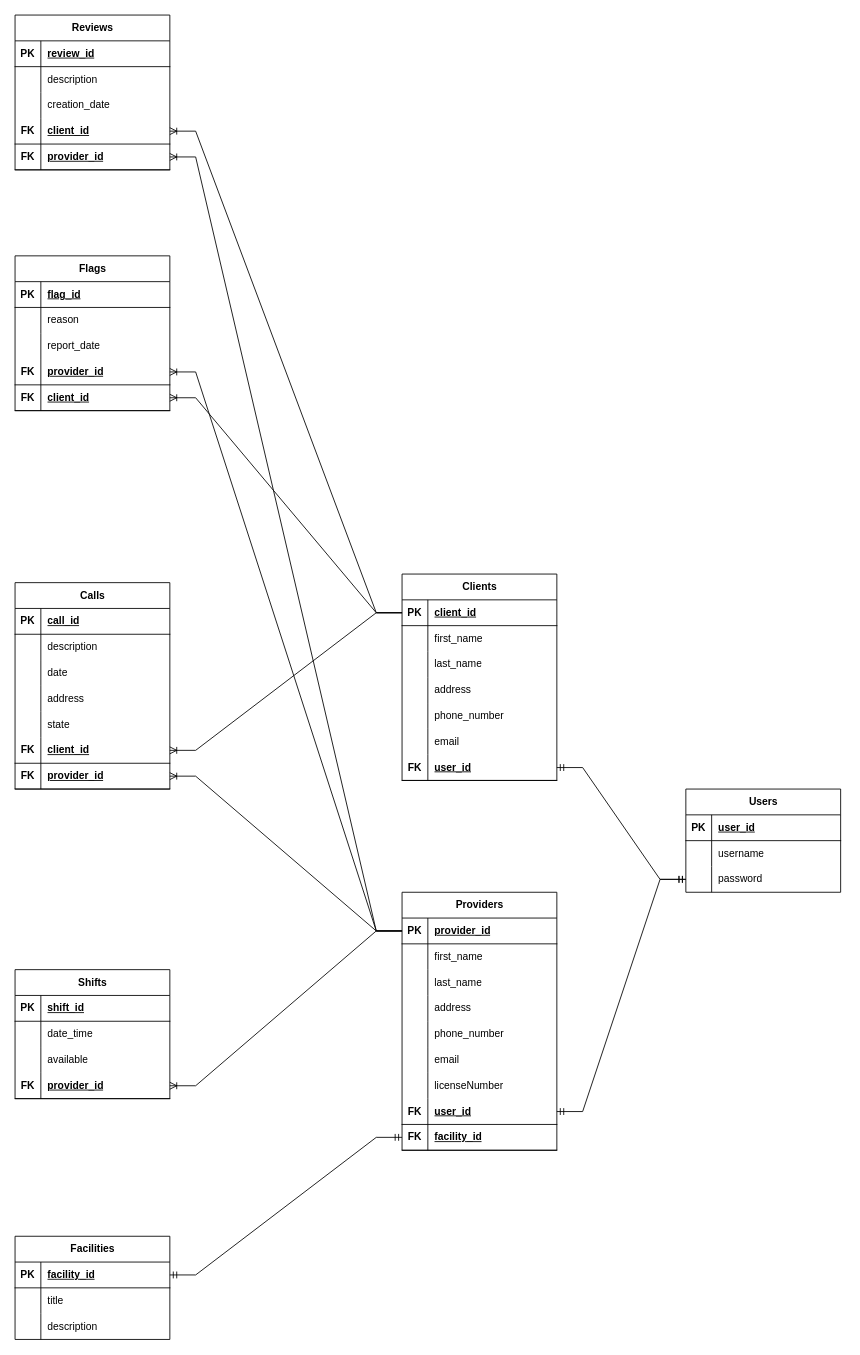
Earlier version of the draw.io diagram src/main/resources/static/DER v1.0.1.drawio (lopezenzoa/domestic-services-api). Source tidied: cells renumbered, new cells numbered last; positions are measured from the earlier drawing's top-left corner, leaving out a move shared by most shapes. Both pictures are drawn from the tidied source at 86%, with x=0, y=0 at pixel (-123, 15).
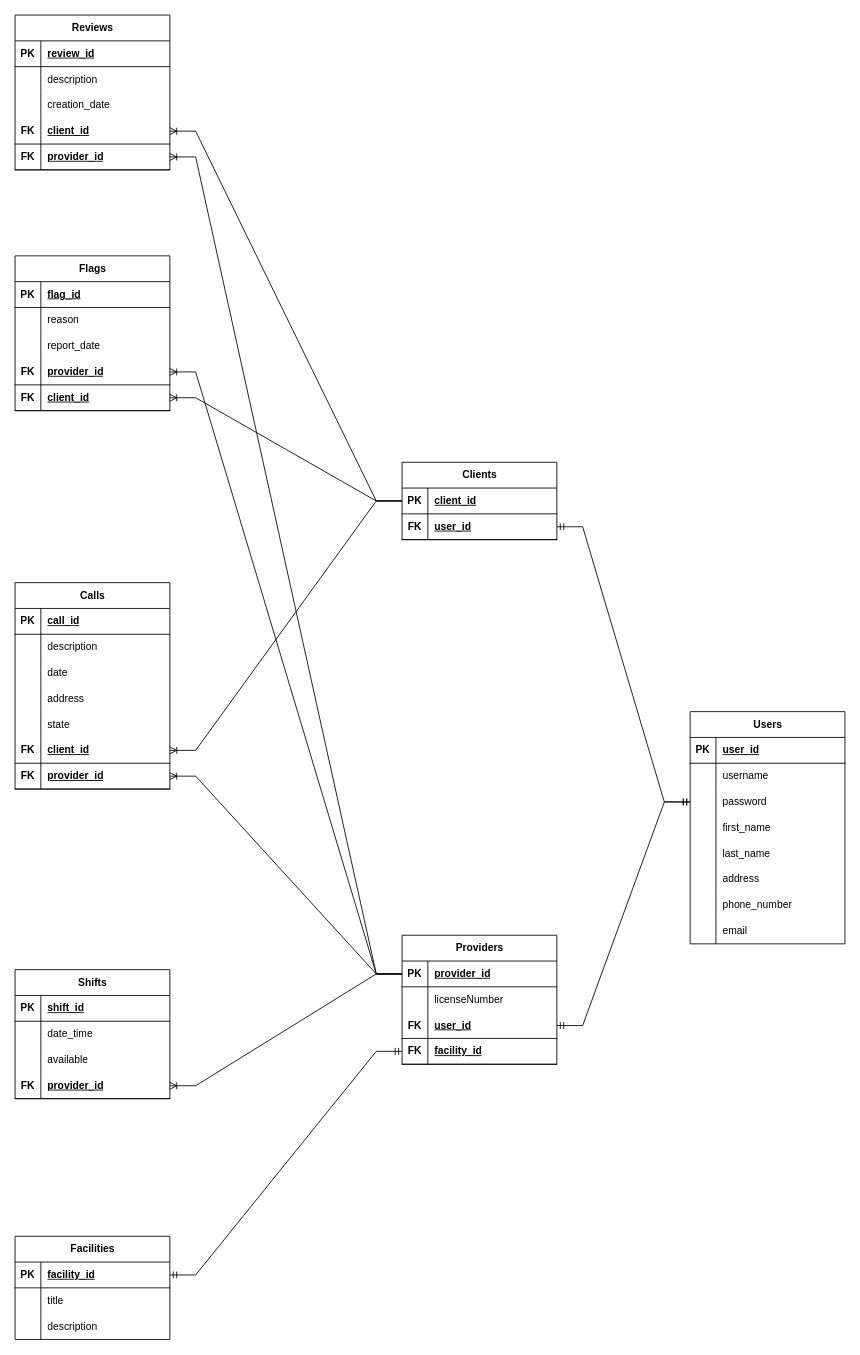
The same page after the edit.

Diff of the diagram source:
```diff
@@
     <mxCell id="2" value="Users" style="shape=table;startSize=30;childLayout=tableLayout;rowLines=0;fontStyle=1;align=center;html=1;" parent="1" vertex="1">
-      <mxGeometry x="940" y="900" width="180" height="120" as="geometry" />
+      <mxGeometry x="945" y="810" width="180" height="270" as="geometry" />
     </mxCell>
@@
+    <mxCell id="149" style="shape=tableRow;horizontal=0;startSize=0;swimlaneHead=0;swimlaneBody=0;fillColor=none;top=0;left=0;right=0;bottom=0;" parent="2" vertex="1">
+      <mxGeometry y="120" width="180" height="30" as="geometry" />
+    </mxCell>
+    <mxCell id="150" style="shape=partialRectangle;fillColor=none;top=0;left=0;bottom=0;right=0;overflow=hidden;whiteSpace=wrap;html=1;" parent="149" vertex="1">
+      <mxGeometry width="30" height="30" as="geometry" />
+    </mxCell>
+    <mxCell id="151" value="&lt;div&gt;first_name&lt;/div&gt;" style="shape=partialRectangle;fillColor=none;top=0;left=0;bottom=0;right=0;align=left;spacingLeft=6;overflow=hidden;whiteSpace=wrap;html=1;" parent="149" vertex="1">
+      <mxGeometry x="30" width="150" height="30" as="geometry" />
+    </mxCell>
+    <mxCell id="152" style="shape=tableRow;horizontal=0;startSize=0;swimlaneHead=0;swimlaneBody=0;fillColor=none;top=0;left=0;right=0;bottom=0;" parent="2" vertex="1">
+      <mxGeometry y="150" width="180" height="30" as="geometry" />
+    </mxCell>
+    <mxCell id="153" style="shape=partialRectangle;fillColor=none;top=0;left=0;bottom=0;right=0;overflow=hidden;whiteSpace=wrap;html=1;" parent="152" vertex="1">
+      <mxGeometry width="30" height="30" as="geometry" />
+    </mxCell>
+    <mxCell id="154" value="last_name" style="shape=partialRectangle;fillColor=none;top=0;left=0;bottom=0;right=0;align=left;spacingLeft=6;overflow=hidden;whiteSpace=wrap;html=1;" parent="152" vertex="1">
+      <mxGeometry x="30" width="150" height="30" as="geometry" />
+    </mxCell>
+    <mxCell id="155" style="shape=tableRow;horizontal=0;startSize=0;swimlaneHead=0;swimlaneBody=0;fillColor=none;top=0;left=0;right=0;bottom=0;" parent="2" vertex="1">
+      <mxGeometry y="180" width="180" height="30" as="geometry" />
+    </mxCell>
+    <mxCell id="156" style="shape=partialRectangle;fillColor=none;top=0;left=0;bottom=0;right=0;overflow=hidden;whiteSpace=wrap;html=1;" parent="155" vertex="1">
+      <mxGeometry width="30" height="30" as="geometry" />
+    </mxCell>
+    <mxCell id="157" value="address" style="shape=partialRectangle;fillColor=none;top=0;left=0;bottom=0;right=0;align=left;spacingLeft=6;overflow=hidden;whiteSpace=wrap;html=1;" parent="155" vertex="1">
+      <mxGeometry x="30" width="150" height="30" as="geometry" />
+    </mxCell>
+    <mxCell id="158" style="shape=tableRow;horizontal=0;startSize=0;swimlaneHead=0;swimlaneBody=0;fillColor=none;top=0;left=0;right=0;bottom=0;" parent="2" vertex="1">
+      <mxGeometry y="210" width="180" height="30" as="geometry" />
+    </mxCell>
+    <mxCell id="159" style="shape=partialRectangle;fillColor=none;top=0;left=0;bottom=0;right=0;overflow=hidden;whiteSpace=wrap;html=1;" parent="158" vertex="1">
+      <mxGeometry width="30" height="30" as="geometry" />
+    </mxCell>
+    <mxCell id="160" value="phone_number" style="shape=partialRectangle;fillColor=none;top=0;left=0;bottom=0;right=0;align=left;spacingLeft=6;overflow=hidden;whiteSpace=wrap;html=1;" parent="158" vertex="1">
+      <mxGeometry x="30" width="150" height="30" as="geometry" />
+    </mxCell>
+    <mxCell id="161" style="shape=tableRow;horizontal=0;startSize=0;swimlaneHead=0;swimlaneBody=0;fillColor=none;top=0;left=0;right=0;bottom=0;" parent="2" vertex="1">
+      <mxGeometry y="240" width="180" height="30" as="geometry" />
+    </mxCell>
+    <mxCell id="162" style="shape=partialRectangle;fillColor=none;top=0;left=0;bottom=0;right=0;overflow=hidden;whiteSpace=wrap;html=1;" parent="161" vertex="1">
+      <mxGeometry width="30" height="30" as="geometry" />
+    </mxCell>
+    <mxCell id="163" value="email" style="shape=partialRectangle;fillColor=none;top=0;left=0;bottom=0;right=0;align=left;spacingLeft=6;overflow=hidden;whiteSpace=wrap;html=1;" parent="161" vertex="1">
+      <mxGeometry x="30" width="150" height="30" as="geometry" />
+    </mxCell>
     <mxCell id="12" value="Clients" style="shape=table;startSize=30;childLayout=tableLayout;rowLines=0;fontStyle=1;align=center;html=1;" parent="1" vertex="1">
-      <mxGeometry x="610" y="650" width="180" height="240" as="geometry" />
+      <mxGeometry x="610" y="520" width="180" height="90" as="geometry" />
     </mxCell>
@@
-    <mxCell id="16" style="shape=tableRow;horizontal=0;startSize=0;swimlaneHead=0;swimlaneBody=0;fillColor=none;top=0;left=0;right=0;bottom=0;" parent="12" vertex="1">
-      <mxGeometry y="60" width="180" height="30" as="geometry" />
-    </mxCell>
-    <mxCell id="17" style="shape=partialRectangle;fillColor=none;top=0;left=0;bottom=0;right=0;overflow=hidden;whiteSpace=wrap;html=1;" parent="16" vertex="1">
-      <mxGeometry width="30" height="30" as="geometry" />
-    </mxCell>
-    <mxCell id="18" value="first_name" style="shape=partialRectangle;fillColor=none;top=0;left=0;bottom=0;right=0;align=left;spacingLeft=6;overflow=hidden;whiteSpace=wrap;html=1;" parent="16" vertex="1">
-      <mxGeometry x="30" width="150" height="30" as="geometry" />
-    </mxCell>
-    <mxCell id="19" style="shape=tableRow;horizontal=0;startSize=0;swimlaneHead=0;swimlaneBody=0;fillColor=none;top=0;left=0;right=0;bottom=0;" parent="12" vertex="1">
-      <mxGeometry y="90" width="180" height="30" as="geometry" />
-    </mxCell>
-    <mxCell id="20" style="shape=partialRectangle;fillColor=none;top=0;left=0;bottom=0;right=0;overflow=hidden;whiteSpace=wrap;html=1;" parent="19" vertex="1">
-      <mxGeometry width="30" height="30" as="geometry" />
-    </mxCell>
-    <mxCell id="21" value="last_name" style="shape=partialRectangle;fillColor=none;top=0;left=0;bottom=0;right=0;align=left;spacingLeft=6;overflow=hidden;whiteSpace=wrap;html=1;" parent="19" vertex="1">
-      <mxGeometry x="30" width="150" height="30" as="geometry" />
-    </mxCell>
-    <mxCell id="22" style="shape=tableRow;horizontal=0;startSize=0;swimlaneHead=0;swimlaneBody=0;fillColor=none;top=0;left=0;right=0;bottom=0;" parent="12" vertex="1">
-      <mxGeometry y="120" width="180" height="30" as="geometry" />
-    </mxCell>
-    <mxCell id="23" style="shape=partialRectangle;fillColor=none;top=0;left=0;bottom=0;right=0;overflow=hidden;whiteSpace=wrap;html=1;" parent="22" vertex="1">
-      <mxGeometry width="30" height="30" as="geometry" />
-    </mxCell>
-    <mxCell id="24" value="address" style="shape=partialRectangle;fillColor=none;top=0;left=0;bottom=0;right=0;align=left;spacingLeft=6;overflow=hidden;whiteSpace=wrap;html=1;" parent="22" vertex="1">
-      <mxGeometry x="30" width="150" height="30" as="geometry" />
-    </mxCell>
-    <mxCell id="25" style="shape=tableRow;horizontal=0;startSize=0;swimlaneHead=0;swimlaneBody=0;fillColor=none;top=0;left=0;right=0;bottom=0;" parent="12" vertex="1">
-      <mxGeometry y="150" width="180" height="30" as="geometry" />
-    </mxCell>
-    <mxCell id="26" style="shape=partialRectangle;fillColor=none;top=0;left=0;bottom=0;right=0;overflow=hidden;whiteSpace=wrap;html=1;" parent="25" vertex="1">
-      <mxGeometry width="30" height="30" as="geometry" />
-    </mxCell>
-    <mxCell id="27" value="phone_number" style="shape=partialRectangle;fillColor=none;top=0;left=0;bottom=0;right=0;align=left;spacingLeft=6;overflow=hidden;whiteSpace=wrap;html=1;" parent="25" vertex="1">
-      <mxGeometry x="30" width="150" height="30" as="geometry" />
-    </mxCell>
-    <mxCell id="28" style="shape=tableRow;horizontal=0;startSize=0;swimlaneHead=0;swimlaneBody=0;fillColor=none;top=0;left=0;right=0;bottom=0;" parent="12" vertex="1">
-      <mxGeometry y="180" width="180" height="30" as="geometry" />
-    </mxCell>
-    <mxCell id="29" style="shape=partialRectangle;fillColor=none;top=0;left=0;bottom=0;right=0;overflow=hidden;whiteSpace=wrap;html=1;" parent="28" vertex="1">
-      <mxGeometry width="30" height="30" as="geometry" />
-    </mxCell>
-    <mxCell id="30" value="email" style="shape=partialRectangle;fillColor=none;top=0;left=0;bottom=0;right=0;align=left;spacingLeft=6;overflow=hidden;whiteSpace=wrap;html=1;" parent="28" vertex="1">
-      <mxGeometry x="30" width="150" height="30" as="geometry" />
-    </mxCell>
     <mxCell id="31" style="shape=tableRow;horizontal=0;startSize=0;swimlaneHead=0;swimlaneBody=0;fillColor=none;points=[[0,0.5],[1,0.5]];portConstraint=eastwest;top=0;left=0;right=0;bottom=1;" parent="12" vertex="1">
-      <mxGeometry y="210" width="180" height="30" as="geometry" />
+      <mxGeometry y="60" width="180" height="30" as="geometry" />
     </mxCell>
@@
     <mxCell id="35" value="Providers" style="shape=table;startSize=30;childLayout=tableLayout;rowLines=0;fontStyle=1;align=center;html=1;" parent="1" vertex="1">
-      <mxGeometry x="610" y="1020" width="180" height="300" as="geometry" />
+      <mxGeometry x="610" y="1070" width="180" height="150" as="geometry" />
     </mxCell>
@@
-    <mxCell id="39" style="shape=tableRow;horizontal=0;startSize=0;swimlaneHead=0;swimlaneBody=0;fillColor=none;top=0;left=0;right=0;bottom=0;" parent="35" vertex="1">
-      <mxGeometry y="60" width="180" height="30" as="geometry" />
-    </mxCell>
-    <mxCell id="40" style="shape=partialRectangle;fillColor=none;top=0;left=0;bottom=0;right=0;overflow=hidden;whiteSpace=wrap;html=1;" parent="39" vertex="1">
-      <mxGeometry width="30" height="30" as="geometry" />
-    </mxCell>
-    <mxCell id="41" value="first_name" style="shape=partialRectangle;fillColor=none;top=0;left=0;bottom=0;right=0;align=left;spacingLeft=6;overflow=hidden;whiteSpace=wrap;html=1;" parent="39" vertex="1">
-      <mxGeometry x="30" width="150" height="30" as="geometry" />
-    </mxCell>
-    <mxCell id="42" style="shape=tableRow;horizontal=0;startSize=0;swimlaneHead=0;swimlaneBody=0;fillColor=none;top=0;left=0;right=0;bottom=0;" parent="35" vertex="1">
-      <mxGeometry y="90" width="180" height="30" as="geometry" />
-    </mxCell>
-    <mxCell id="43" style="shape=partialRectangle;fillColor=none;top=0;left=0;bottom=0;right=0;overflow=hidden;whiteSpace=wrap;html=1;" parent="42" vertex="1">
-      <mxGeometry width="30" height="30" as="geometry" />
-    </mxCell>
-    <mxCell id="44" value="last_name" style="shape=partialRectangle;fillColor=none;top=0;left=0;bottom=0;right=0;align=left;spacingLeft=6;overflow=hidden;whiteSpace=wrap;html=1;" parent="42" vertex="1">
-      <mxGeometry x="30" width="150" height="30" as="geometry" />
-    </mxCell>
-    <mxCell id="45" style="shape=tableRow;horizontal=0;startSize=0;swimlaneHead=0;swimlaneBody=0;fillColor=none;top=0;left=0;right=0;bottom=0;" parent="35" vertex="1">
-      <mxGeometry y="120" width="180" height="30" as="geometry" />
-    </mxCell>
-    <mxCell id="46" style="shape=partialRectangle;fillColor=none;top=0;left=0;bottom=0;right=0;overflow=hidden;whiteSpace=wrap;html=1;" parent="45" vertex="1">
-      <mxGeometry width="30" height="30" as="geometry" />
-    </mxCell>
-    <mxCell id="47" value="address" style="shape=partialRectangle;fillColor=none;top=0;left=0;bottom=0;right=0;align=left;spacingLeft=6;overflow=hidden;whiteSpace=wrap;html=1;" parent="45" vertex="1">
-      <mxGeometry x="30" width="150" height="30" as="geometry" />
-    </mxCell>
-    <mxCell id="48" style="shape=tableRow;horizontal=0;startSize=0;swimlaneHead=0;swimlaneBody=0;fillColor=none;top=0;left=0;right=0;bottom=0;" parent="35" vertex="1">
-      <mxGeometry y="150" width="180" height="30" as="geometry" />
-    </mxCell>
-    <mxCell id="49" style="shape=partialRectangle;fillColor=none;top=0;left=0;bottom=0;right=0;overflow=hidden;whiteSpace=wrap;html=1;" parent="48" vertex="1">
-      <mxGeometry width="30" height="30" as="geometry" />
-    </mxCell>
-    <mxCell id="50" value="phone_number" style="shape=partialRectangle;fillColor=none;top=0;left=0;bottom=0;right=0;align=left;spacingLeft=6;overflow=hidden;whiteSpace=wrap;html=1;" parent="48" vertex="1">
-      <mxGeometry x="30" width="150" height="30" as="geometry" />
-    </mxCell>
-    <mxCell id="51" style="shape=tableRow;horizontal=0;startSize=0;swimlaneHead=0;swimlaneBody=0;fillColor=none;top=0;left=0;right=0;bottom=0;" parent="35" vertex="1">
-      <mxGeometry y="180" width="180" height="30" as="geometry" />
-    </mxCell>
-    <mxCell id="52" style="shape=partialRectangle;fillColor=none;top=0;left=0;bottom=0;right=0;overflow=hidden;whiteSpace=wrap;html=1;" parent="51" vertex="1">
-      <mxGeometry width="30" height="30" as="geometry" />
-    </mxCell>
-    <mxCell id="53" value="email" style="shape=partialRectangle;fillColor=none;top=0;left=0;bottom=0;right=0;align=left;spacingLeft=6;overflow=hidden;whiteSpace=wrap;html=1;" parent="51" vertex="1">
-      <mxGeometry x="30" width="150" height="30" as="geometry" />
-    </mxCell>
     <mxCell id="54" style="shape=tableRow;horizontal=0;startSize=0;swimlaneHead=0;swimlaneBody=0;fillColor=none;top=0;left=0;right=0;bottom=0;" parent="35" vertex="1">
-      <mxGeometry y="210" width="180" height="30" as="geometry" />
+      <mxGeometry y="60" width="180" height="30" as="geometry" />
     </mxCell>
@@
     <mxCell id="57" style="shape=tableRow;horizontal=0;startSize=0;swimlaneHead=0;swimlaneBody=0;fillColor=none;points=[[0,0.5],[1,0.5]];portConstraint=eastwest;top=0;left=0;right=0;bottom=1;" parent="35" vertex="1">
-      <mxGeometry y="240" width="180" height="30" as="geometry" />
+      <mxGeometry y="90" width="180" height="30" as="geometry" />
     </mxCell>
@@
     <mxCell id="60" style="shape=tableRow;horizontal=0;startSize=0;swimlaneHead=0;swimlaneBody=0;fillColor=none;points=[[0,0.5],[1,0.5]];portConstraint=eastwest;top=0;left=0;right=0;bottom=1;" parent="35" vertex="1">
-      <mxGeometry y="270" width="180" height="30" as="geometry" />
+      <mxGeometry y="120" width="180" height="30" as="geometry" />
     </mxCell>
```
